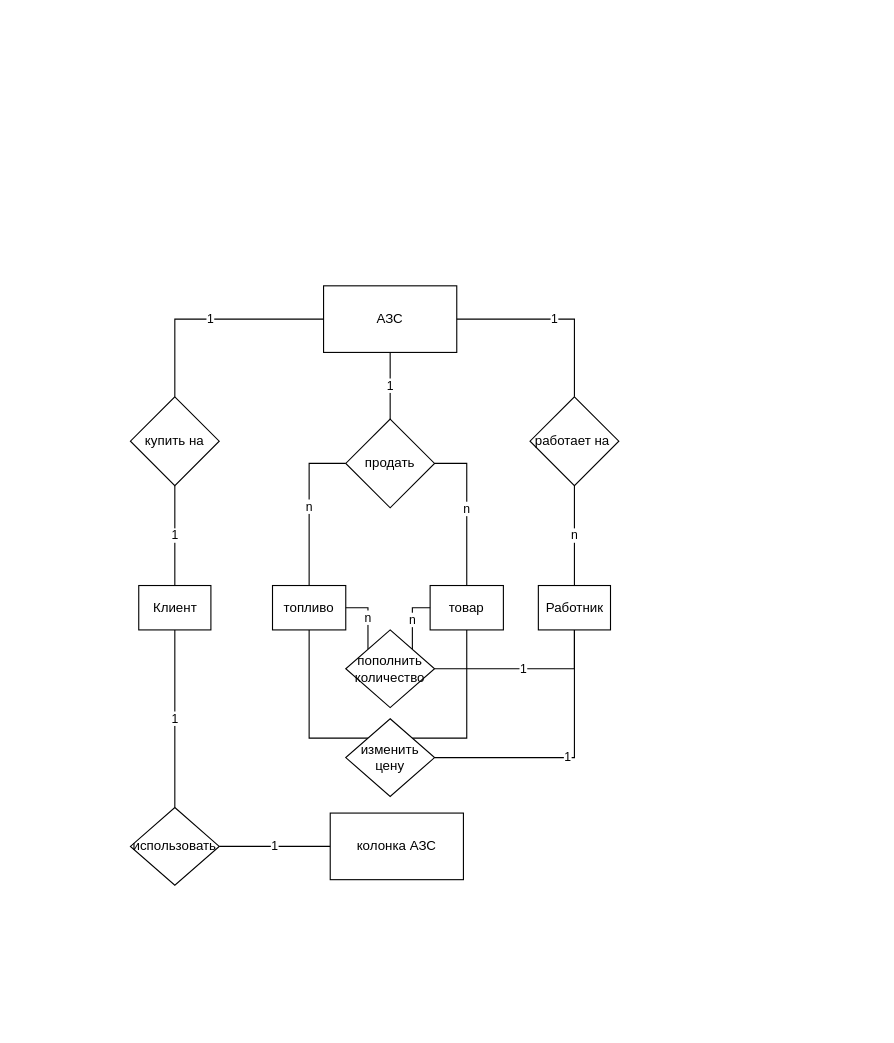
Earlier version of the draw.io diagram lab1-1.drawio (KozlovKA/PPvIS5sem). Source tidied: cells renumbered, new cells numbered last; positions are measured from the earlier drawing's top-left corner, leaving out a move shared by most shapes. Both pictures are drawn from the tidied source at 111%, with x=0, y=0 at pixel (130, 285).
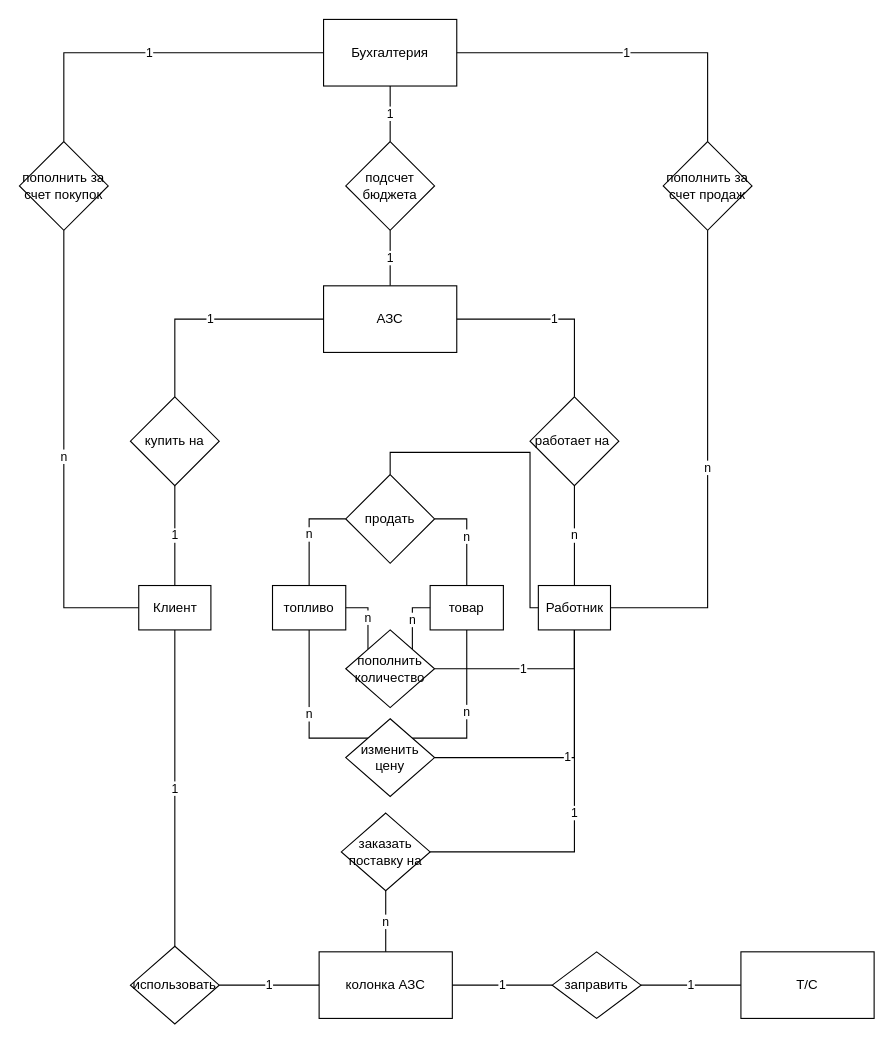
The same page after the edit.

Unchanged cells that the change refers to:
```xml
<mxCell id="4" value="Клиент" style="rounded=0;whiteSpace=wrap;html=1;" parent="1" vertex="1">
  <mxGeometry x="7.5" y="270" width="65" height="40" as="geometry" />
</mxCell>
<mxCell id="8" value="Работник" style="rounded=0;whiteSpace=wrap;html=1;" parent="1" vertex="1">
  <mxGeometry x="367.5" y="270" width="65" height="40" as="geometry" />
</mxCell>
<mxCell id="12" value="АЗС" style="rounded=0;whiteSpace=wrap;html=1;" parent="1" vertex="1">
  <mxGeometry x="174" width="120" height="60" as="geometry" />
</mxCell>
<mxCell id="20" value="топливо" style="rounded=0;whiteSpace=wrap;html=1;" parent="1" vertex="1">
  <mxGeometry x="128" y="270" width="66" height="40" as="geometry" />
</mxCell>
<mxCell id="21" value="товар" style="rounded=0;whiteSpace=wrap;html=1;" parent="1" vertex="1">
  <mxGeometry x="270" y="270" width="66" height="40" as="geometry" />
</mxCell>
<mxCell id="28" value="изменить цену" style="rhombus;whiteSpace=wrap;html=1;" parent="1" vertex="1">
  <mxGeometry x="194" y="390" width="80" height="70" as="geometry" />
</mxCell>
```

Diff of the diagram source:
```diff
@@
+    <mxCell id="29" value="n" style="edgeStyle=orthogonalEdgeStyle;rounded=0;jettySize=auto;html=1;exitX=0;exitY=0.5;exitDx=0;exitDy=0;entryX=0.5;entryY=1;entryDx=0;entryDy=0;endArrow=none;endFill=0;" parent="1" edge="1" source="4" target="44">
+      <mxGeometry relative="1" as="geometry" />
+    </mxCell>
@@
+    <mxCell id="30" style="edgeStyle=orthogonalEdgeStyle;rounded=0;jettySize=auto;html=1;exitX=0.25;exitY=0;exitDx=0;exitDy=0;entryX=0.5;entryY=0;entryDx=0;entryDy=0;endArrow=none;endFill=0;" parent="1" edge="1" source="8" target="19">
+      <mxGeometry relative="1" as="geometry">
+        <Array as="points">
+          <mxPoint x="384" y="290" />
+          <mxPoint x="360" y="290" />
+          <mxPoint x="360" y="150" />
+          <mxPoint x="234" y="150" />
+        </Array>
+      </mxGeometry>
+    </mxCell>
+    <mxCell id="31" value="n" style="edgeStyle=orthogonalEdgeStyle;rounded=0;jettySize=auto;html=1;exitX=1;exitY=0.5;exitDx=0;exitDy=0;entryX=0.5;entryY=1;entryDx=0;entryDy=0;endArrow=none;endFill=0;" parent="1" edge="1" source="8" target="42">
+      <mxGeometry relative="1" as="geometry" />
+    </mxCell>
+    <mxCell id="32" value="1" style="edgeStyle=orthogonalEdgeStyle;rounded=0;jettySize=auto;html=1;exitX=0.5;exitY=1;exitDx=0;exitDy=0;entryX=1;entryY=0.5;entryDx=0;entryDy=0;endArrow=none;endFill=0;" parent="1" edge="1" source="8" target="46">
+      <mxGeometry relative="1" as="geometry" />
+    </mxCell>
@@
-    <mxCell id="11" value="1" style="edgeStyle=orthogonalEdgeStyle;rounded=0;jettySize=auto;html=1;exitX=0.5;exitY=1;exitDx=0;exitDy=0;endArrow=none;endFill=0;" parent="1" edge="1" source="12" target="19">
-      <mxGeometry relative="1" as="geometry" />
-    </mxCell>
+    <mxCell id="33" value="1" style="edgeStyle=orthogonalEdgeStyle;rounded=0;jettySize=auto;html=1;exitX=0.5;exitY=0;exitDx=0;exitDy=0;entryX=0.5;entryY=1;entryDx=0;entryDy=0;endArrow=none;endFill=0;" parent="1" edge="1" source="12" target="36">
+      <mxGeometry relative="1" as="geometry" />
+    </mxCell>
@@
     <mxCell id="14" value="использовать" style="rhombus;whiteSpace=wrap;html=1;" parent="1" vertex="1">
-      <mxGeometry y="470" width="80" height="70" as="geometry" />
+      <mxGeometry y="595" width="80" height="70" as="geometry" />
     </mxCell>
@@
     <mxCell id="19" value="продать" style="rhombus;whiteSpace=wrap;html=1;" parent="1" vertex="1">
-      <mxGeometry x="194" y="120" width="80" height="80" as="geometry" />
+      <mxGeometry x="194" y="170" width="80" height="80" as="geometry" />
     </mxCell>
@@
     <mxCell id="22" value="колонка АЗС" style="rounded=0;whiteSpace=wrap;html=1;" parent="1" vertex="1">
-      <mxGeometry x="180" y="475" width="120" height="60" as="geometry" />
+      <mxGeometry x="170" y="600" width="120" height="60" as="geometry" />
     </mxCell>
@@
-    <mxCell id="26" style="edgeStyle=orthogonalEdgeStyle;rounded=0;jettySize=auto;html=1;exitX=0;exitY=0;exitDx=0;exitDy=0;entryX=0.5;entryY=1;entryDx=0;entryDy=0;endArrow=none;endFill=0;" parent="1" edge="1" source="28" target="20">
+    <mxCell id="26" value="n" style="edgeStyle=orthogonalEdgeStyle;rounded=0;jettySize=auto;html=1;exitX=0;exitY=0;exitDx=0;exitDy=0;entryX=0.5;entryY=1;entryDx=0;entryDy=0;endArrow=none;endFill=0;" parent="1" edge="1" source="28" target="20">
       <mxGeometry relative="1" as="geometry">
         <Array as="points">
           <mxPoint x="161" y="408" />
         </Array>
       </mxGeometry>
     </mxCell>
-    <mxCell id="27" style="edgeStyle=orthogonalEdgeStyle;rounded=0;jettySize=auto;html=1;exitX=1;exitY=0;exitDx=0;exitDy=0;entryX=0.5;entryY=1;entryDx=0;entryDy=0;endArrow=none;endFill=0;" parent="1" edge="1" source="28" target="21">
+    <mxCell id="27" value="n" style="edgeStyle=orthogonalEdgeStyle;rounded=0;jettySize=auto;html=1;exitX=1;exitY=0;exitDx=0;exitDy=0;entryX=0.5;entryY=1;entryDx=0;entryDy=0;endArrow=none;endFill=0;" parent="1" edge="1" source="28" target="21">
       <mxGeometry relative="1" as="geometry">
         <Array as="points">
           <mxPoint x="303" y="408" />
         </Array>
       </mxGeometry>
     </mxCell>
@@
+    <mxCell id="34" value="Бухгалтерия" style="rounded=0;whiteSpace=wrap;html=1;" parent="1" vertex="1">
+      <mxGeometry x="174" y="-240" width="120" height="60" as="geometry" />
+    </mxCell>
+    <mxCell id="35" value="1" style="edgeStyle=orthogonalEdgeStyle;rounded=0;jettySize=auto;html=1;exitX=0.5;exitY=0;exitDx=0;exitDy=0;entryX=0.5;entryY=1;entryDx=0;entryDy=0;endArrow=none;endFill=0;" parent="1" edge="1" source="36" target="34">
+      <mxGeometry relative="1" as="geometry" />
+    </mxCell>
+    <mxCell id="36" value="подсчет бюджета" style="rhombus;whiteSpace=wrap;html=1;" parent="1" vertex="1">
+      <mxGeometry x="194" y="-130" width="80" height="80" as="geometry" />
+    </mxCell>
+    <mxCell id="37" value="1" style="edgeStyle=orthogonalEdgeStyle;rounded=0;jettySize=auto;html=1;exitX=0;exitY=0.5;exitDx=0;exitDy=0;entryX=1;entryY=0.5;entryDx=0;entryDy=0;endArrow=none;endFill=0;" parent="1" edge="1" source="39" target="22">
+      <mxGeometry relative="1" as="geometry" />
+    </mxCell>
+    <mxCell id="38" value="1" style="edgeStyle=orthogonalEdgeStyle;rounded=0;jettySize=auto;html=1;exitX=1;exitY=0.5;exitDx=0;exitDy=0;entryX=0;entryY=0.5;entryDx=0;entryDy=0;endArrow=none;endFill=0;" parent="1" edge="1" source="39" target="40">
+      <mxGeometry relative="1" as="geometry" />
+    </mxCell>
+    <mxCell id="39" value="заправить" style="rhombus;whiteSpace=wrap;html=1;" parent="1" vertex="1">
+      <mxGeometry x="380" y="600" width="80" height="60" as="geometry" />
+    </mxCell>
+    <mxCell id="40" value="Т/C" style="rounded=0;whiteSpace=wrap;html=1;" parent="1" vertex="1">
+      <mxGeometry x="550" y="600" width="120" height="60" as="geometry" />
+    </mxCell>
+    <mxCell id="41" value="1" style="edgeStyle=orthogonalEdgeStyle;rounded=0;jettySize=auto;html=1;exitX=0.5;exitY=0;exitDx=0;exitDy=0;entryX=1;entryY=0.5;entryDx=0;entryDy=0;endArrow=none;endFill=0;" parent="1" edge="1" source="42" target="34">
+      <mxGeometry relative="1" as="geometry" />
+    </mxCell>
+    <mxCell id="42" value="пополнить за счет продаж" style="rhombus;whiteSpace=wrap;html=1;" parent="1" vertex="1">
+      <mxGeometry x="480" y="-130" width="80" height="80" as="geometry" />
+    </mxCell>
+    <mxCell id="43" value="1" style="edgeStyle=orthogonalEdgeStyle;rounded=0;jettySize=auto;html=1;exitX=0.5;exitY=0;exitDx=0;exitDy=0;entryX=0;entryY=0.5;entryDx=0;entryDy=0;endArrow=none;endFill=0;" parent="1" edge="1" source="44" target="34">
+      <mxGeometry relative="1" as="geometry" />
+    </mxCell>
+    <mxCell id="44" value="пополнить за счет покупок" style="rhombus;whiteSpace=wrap;html=1;" parent="1" vertex="1">
+      <mxGeometry x="-100" y="-130" width="80" height="80" as="geometry" />
+    </mxCell>
+    <mxCell id="45" value="n" style="edgeStyle=orthogonalEdgeStyle;rounded=0;jettySize=auto;html=1;exitX=0.5;exitY=1;exitDx=0;exitDy=0;endArrow=none;endFill=0;" parent="1" edge="1" source="46" target="22">
+      <mxGeometry relative="1" as="geometry" />
+    </mxCell>
+    <mxCell id="46" value="заказать поставку на" style="rhombus;whiteSpace=wrap;html=1;" parent="1" vertex="1">
+      <mxGeometry x="190" y="475" width="80" height="70" as="geometry" />
+    </mxCell>
```
